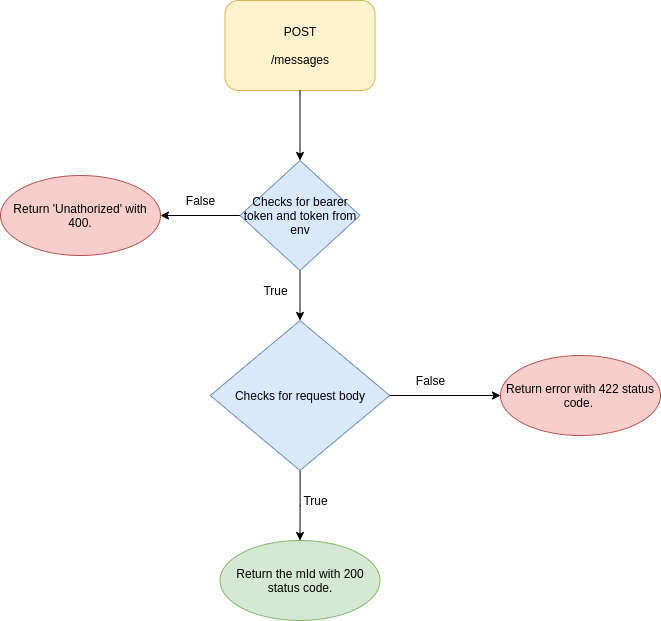
Above: docs/API_Flow.drawio.png in asyrafjamil/dummy-microservice (draw.io), before the change. Source tidied: cells renumbered, new cells last; positions are measured from the earlier drawing's top-left corner, leaving out a move shared by most shapes.
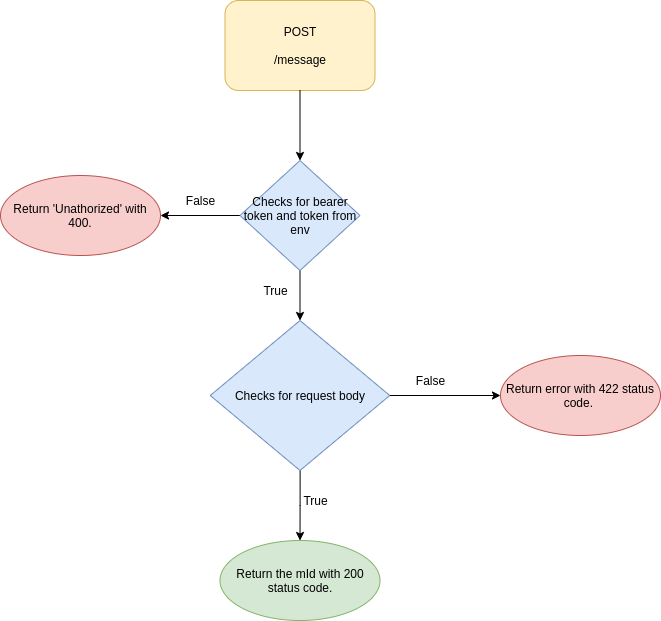
After the commit.

Change to the diagram source:
```diff
@@ -2,7 +2,7 @@
   <root>
     <mxCell id="0" />
     <mxCell id="1" parent="0" />
-    <mxCell id="2" value="POST&lt;br&gt;&lt;br&gt;/messages" style="rounded=1;whiteSpace=wrap;html=1;fillColor=#fff2cc;strokeColor=#d6b656;" parent="1" vertex="1">
+    <mxCell id="2" value="POST&lt;br&gt;&lt;br&gt;/message" style="rounded=1;whiteSpace=wrap;html=1;fillColor=#fff2cc;strokeColor=#d6b656;" parent="1" vertex="1">
       <mxGeometry x="224.5" width="150" height="90" as="geometry" />
     </mxCell>
     <mxCell id="3" style="endArrow=classic;html=1;exitX=0.5;exitY=1;exitDx=0;exitDy=0;" parent="1" edge="1" source="2">
```
